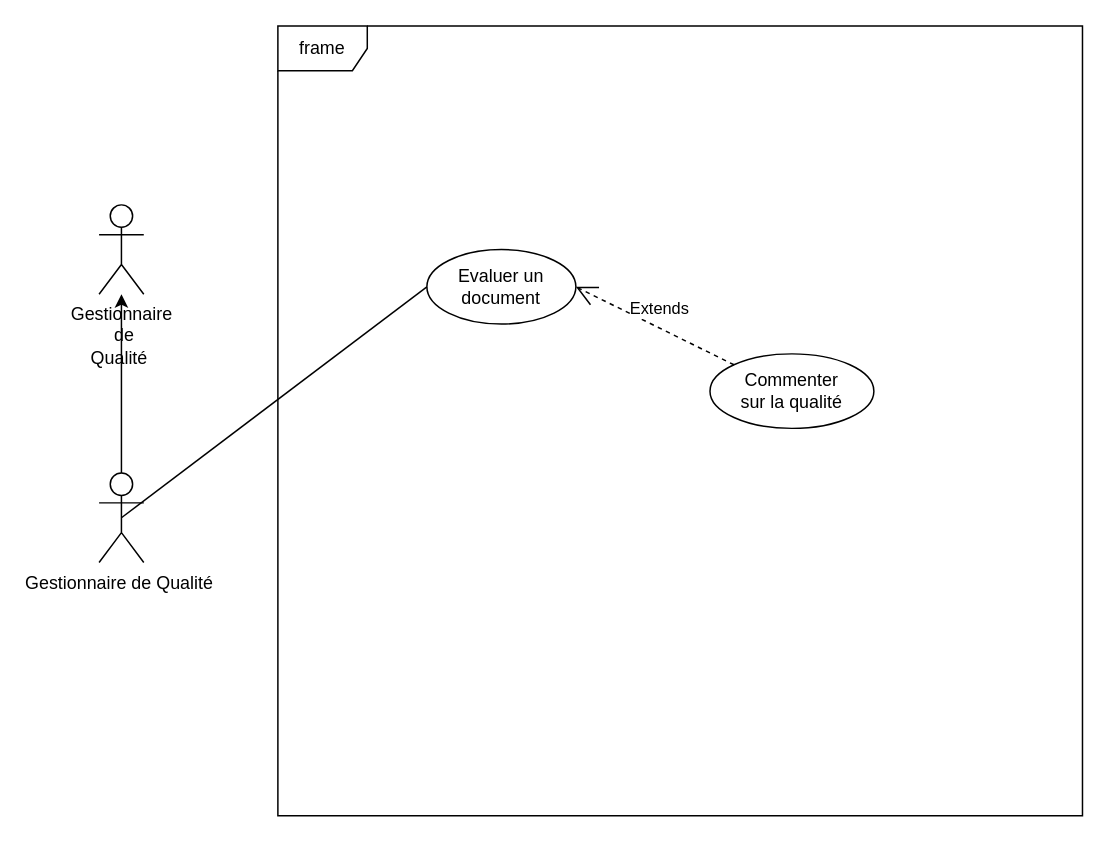
stormsidali2001/PFE_third_year_school_project_front keeps this draw.io diagram as diagrams/useCaseGestionnaireDeQualité.drawio. Above is the earlier version. Source tidied: cells renumbered, new cells numbered last; positions are measured from the earlier drawing's top-left corner, leaving out a move shared by most shapes. Both pictures are drawn from the tidied source at 149%, with x=0, y=0 at pixel (98, 25).
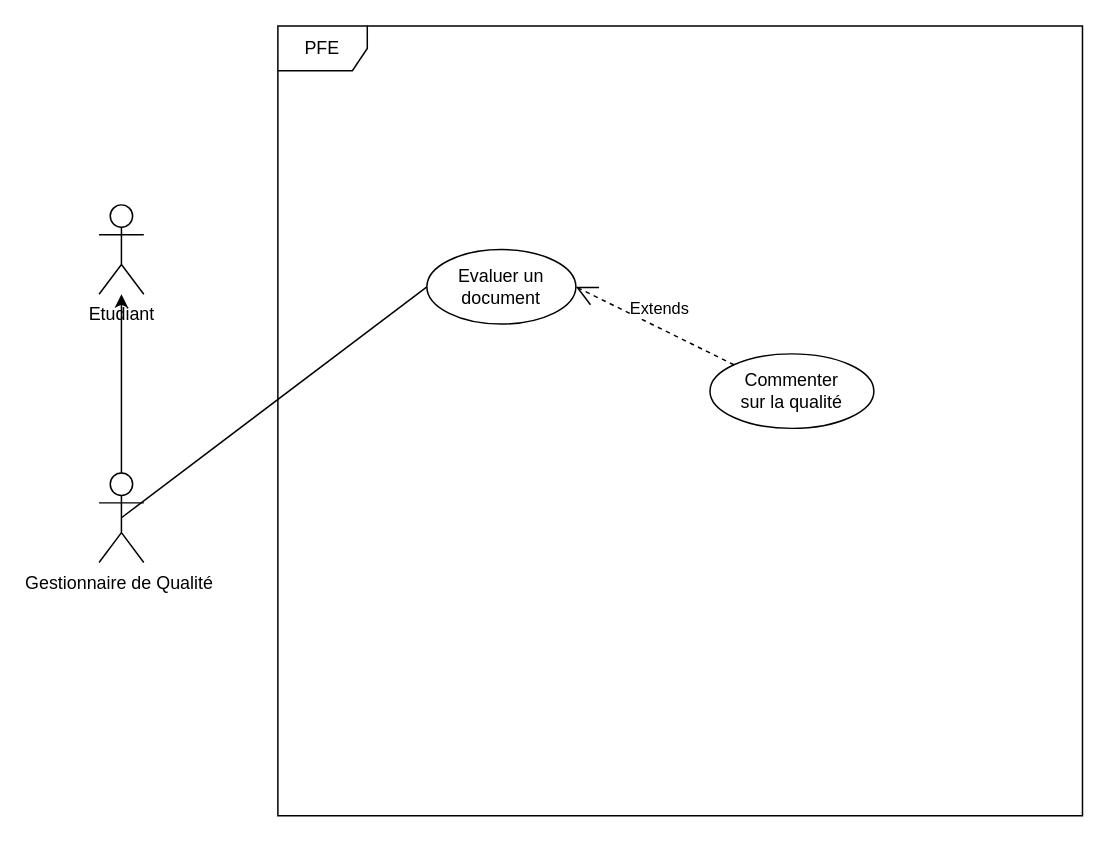
The same page after the edit.

The edit, as a diff of the source:
```diff
@@
 <mxGraphModel>
   <root>
     <mxCell id="0" />
     <mxCell id="1" parent="0" />
     <mxCell id="2" style="edgeStyle=orthogonalEdgeStyle;rounded=0;jettySize=auto;html=1;" parent="1" edge="1" source="3" target="9">
       <mxGeometry relative="1" as="geometry" />
     </mxCell>
     <mxCell id="3" value="Gestionnaire de Qualit&lt;span&gt;é&amp;nbsp;&lt;/span&gt;" style="shape=umlActor;verticalLabelPosition=bottom;verticalAlign=top;html=1;outlineConnect=0;" parent="1" vertex="1">
       <mxGeometry y="300" width="30" height="60" as="geometry" />
     </mxCell>
-    <mxCell id="4" value="frame" style="shape=umlFrame;whiteSpace=wrap;html=1;" parent="1" vertex="1">
+    <mxCell id="4" value="PFE" style="shape=umlFrame;whiteSpace=wrap;html=1;" parent="1" vertex="1">
       <mxGeometry x="120" width="540" height="530" as="geometry" />
     </mxCell>
     <mxCell id="5" value="Evaluer un document" style="ellipse;whiteSpace=wrap;html=1;" parent="1" vertex="1">
       <mxGeometry x="220" y="150" width="100" height="50" as="geometry" />
     </mxCell>
     <mxCell id="6" value="Commenter &lt;br&gt;sur la qualité " style="ellipse;whiteSpace=wrap;html=1;" parent="1" vertex="1">
       <mxGeometry x="410" y="220" width="110" height="50" as="geometry" />
     </mxCell>
     <mxCell id="7" style="endArrow=none;html=1;rounded=0;exitX=0.5;exitY=0.5;exitDx=0;exitDy=0;exitPerimeter=0;entryX=0;entryY=0.5;entryDx=0;entryDy=0;" parent="1" edge="1" source="3" target="5">
       <mxGeometry relative="1" as="geometry" />
     </mxCell>
     <mxCell id="8" value="Extends" style="endArrow=open;endSize=12;dashed=1;html=1;rounded=0;exitX=0;exitY=0;exitDx=0;exitDy=0;entryX=1;entryY=0.5;entryDx=0;entryDy=0;" parent="1" edge="1" source="6" target="5">
       <mxGeometry x="0.03" y="-11" relative="1" as="geometry" />
     </mxCell>
-    <mxCell id="9" value="Gestionnaire&lt;br&gt;&amp;nbsp;de &lt;br&gt;Qualit&lt;span&gt;é&amp;nbsp;&lt;/span&gt;" style="shape=umlActor;verticalLabelPosition=bottom;verticalAlign=top;html=1;outlineConnect=0;" parent="1" vertex="1">
+    <mxCell id="9" value="Etudiant" style="shape=umlActor;verticalLabelPosition=bottom;verticalAlign=top;html=1;outlineConnect=0;" parent="1" vertex="1">
       <mxGeometry y="120" width="30" height="60" as="geometry" />
     </mxCell>
   </root>
 </mxGraphModel>
```
